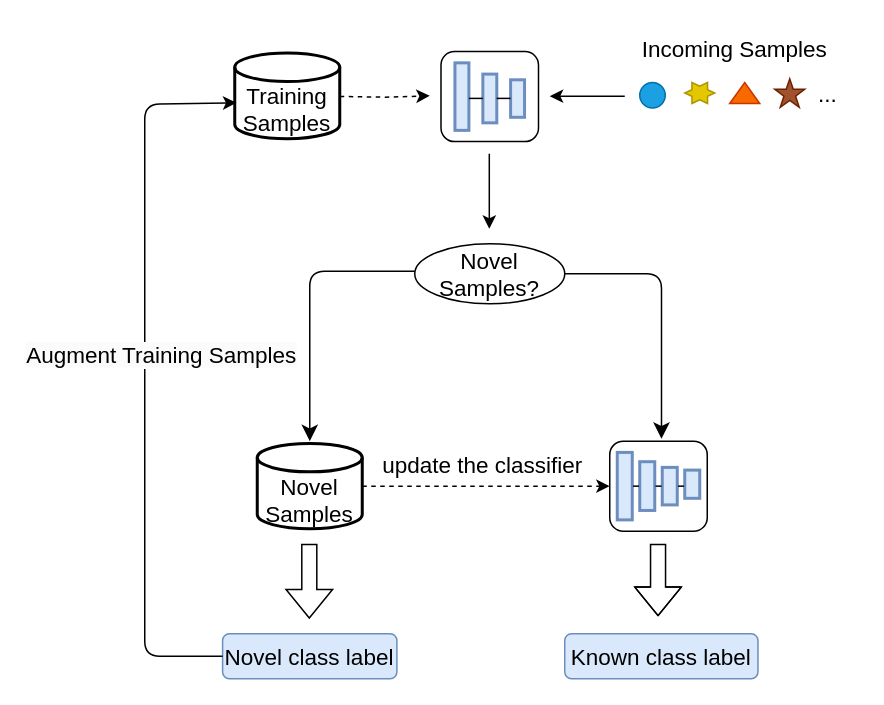
This is 未命名绘图.drawio from dxin66/draw-files, a draw.io file, before an edit. Source tidied: cells renumbered, new cells numbered last; positions are measured from the earlier drawing's top-left corner, leaving out a move shared by most shapes. Both pictures are drawn from the tidied source at 150%, with x=0, y=0 at pixel (144, 26).
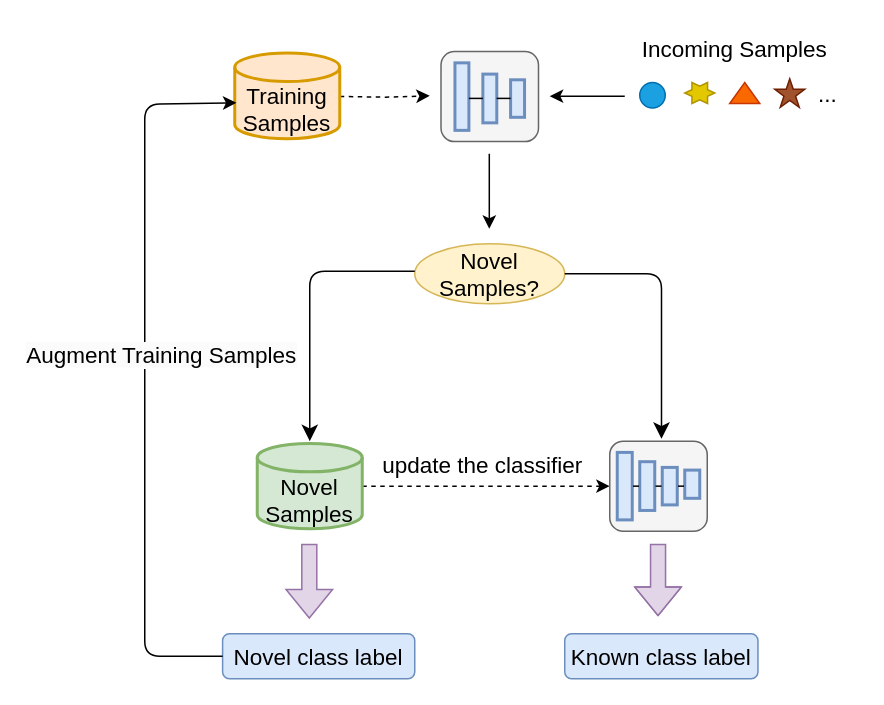
The same page after the edit.

Commit message:
更新未命名绘图.drawio

The change refers to these unchanged cells:
```xml
<mxCell id="2" style="group;rotation=90;fontSize=15;" parent="1" vertex="1">
  <mxGeometry x="197.5" y="16.9" width="65" height="60" as="geometry" />
</mxCell>
```

Diff of the diagram source:
```diff
@@
-    <mxCell id="3" style="rounded=1;whiteSpace=wrap;html=1;fontSize=15;" parent="2" vertex="1">
+    <mxCell id="3" style="rounded=1;whiteSpace=wrap;html=1;fontSize=15;fillColor=#f5f5f5;fontColor=#333333;strokeColor=#666666;" parent="2" vertex="1">
       <mxGeometry width="65" height="60" as="geometry" />
     </mxCell>
@@
-    <mxCell id="9" style="edgeStyle=orthogonalEdgeStyle;rounded=0;orthogonalLoop=1;jettySize=auto;html=1;shape=flexArrow;fontSize=15;" parent="1" edge="1">
+    <mxCell id="9" style="edgeStyle=orthogonalEdgeStyle;rounded=0;orthogonalLoop=1;jettySize=auto;html=1;shape=flexArrow;fontSize=15;fillColor=#e1d5e7;strokeColor=#9673a6;" parent="1" edge="1">
       <mxGeometry relative="1" as="geometry">
         <mxPoint x="109.7" y="345" as="sourcePoint" />
         <mxPoint x="109.7" y="395" as="targetPoint" />
       </mxGeometry>
     </mxCell>
@@
-    <mxCell id="11" value="&lt;div style=&quot;font-size: 15px;&quot;&gt;&lt;br style=&quot;font-size: 15px;&quot;&gt;&lt;/div&gt;Novel Samples" style="strokeWidth=2;html=1;shape=mxgraph.flowchart.database;whiteSpace=wrap;fontSize=15;" parent="1" vertex="1">
+    <mxCell id="11" value="&lt;div style=&quot;font-size: 15px;&quot;&gt;&lt;br style=&quot;font-size: 15px;&quot;&gt;&lt;/div&gt;Novel Samples" style="strokeWidth=2;html=1;shape=mxgraph.flowchart.database;whiteSpace=wrap;fontSize=15;fillColor=#d5e8d4;strokeColor=#82b366;" parent="1" vertex="1">
       <mxGeometry x="75" y="278.1" width="70" height="56.9" as="geometry" />
     </mxCell>
@@
-    <mxCell id="13" value="&lt;div style=&quot;font-size: 15px;&quot;&gt;&lt;br style=&quot;font-size: 15px;&quot;&gt;&lt;/div&gt;Training Samples&lt;div style=&quot;font-size: 15px;&quot;&gt;&lt;/div&gt;&lt;div style=&quot;font-size: 15px;&quot;&gt;&lt;/div&gt;" style="strokeWidth=2;html=1;shape=mxgraph.flowchart.database;whiteSpace=wrap;fontSize=15;" parent="1" vertex="1">
+    <mxCell id="13" value="&lt;div style=&quot;font-size: 15px;&quot;&gt;&lt;br style=&quot;font-size: 15px;&quot;&gt;&lt;/div&gt;Training Samples&lt;div style=&quot;font-size: 15px;&quot;&gt;&lt;/div&gt;&lt;div style=&quot;font-size: 15px;&quot;&gt;&lt;/div&gt;" style="strokeWidth=2;html=1;shape=mxgraph.flowchart.database;whiteSpace=wrap;fontSize=15;fillColor=#ffe6cc;strokeColor=#d79b00;" parent="1" vertex="1">
       <mxGeometry x="60" y="17.8" width="70" height="57.2" as="geometry" />
     </mxCell>
@@
-    <mxCell id="23" value="Novel Samples?" style="ellipse;whiteSpace=wrap;html=1;align=center;newEdgeStyle={&quot;edgeStyle&quot;:&quot;entityRelationEdgeStyle&quot;,&quot;startArrow&quot;:&quot;none&quot;,&quot;endArrow&quot;:&quot;none&quot;,&quot;segment&quot;:10,&quot;curved&quot;:1,&quot;sourcePerimeterSpacing&quot;:0,&quot;targetPerimeterSpacing&quot;:0};fontSize=15;" parent="1" vertex="1">
+    <mxCell id="23" value="Novel Samples?" style="ellipse;whiteSpace=wrap;html=1;align=center;newEdgeStyle={&quot;edgeStyle&quot;:&quot;entityRelationEdgeStyle&quot;,&quot;startArrow&quot;:&quot;none&quot;,&quot;endArrow&quot;:&quot;none&quot;,&quot;segment&quot;:10,&quot;curved&quot;:1,&quot;sourcePerimeterSpacing&quot;:0,&quot;targetPerimeterSpacing&quot;:0};fontSize=15;fillColor=#fff2cc;strokeColor=#d6b656;" parent="1" vertex="1">
       <mxGeometry x="180" y="145" width="100" height="40" as="geometry" />
     </mxCell>
-    <mxCell id="24" style="edgeStyle=orthogonalEdgeStyle;rounded=0;orthogonalLoop=1;jettySize=auto;html=1;shape=flexArrow;fontSize=15;" parent="1" edge="1">
+    <mxCell id="24" style="edgeStyle=orthogonalEdgeStyle;rounded=0;orthogonalLoop=1;jettySize=auto;html=1;shape=flexArrow;fontSize=15;fillColor=#e1d5e7;strokeColor=#9673a6;" parent="1" edge="1">
       <mxGeometry relative="1" as="geometry">
         <mxPoint x="342.2" y="345" as="sourcePoint" />
         <mxPoint x="342.2" y="393.4" as="targetPoint" />
         <Array as="points">
           <mxPoint x="342.7" y="369.4" />
           <mxPoint x="342.7" y="369.4" />
         </Array>
       </mxGeometry>
     </mxCell>
-    <mxCell id="25" style="rounded=1;whiteSpace=wrap;html=1;fontSize=15;" parent="1" vertex="1">
+    <mxCell id="25" style="rounded=1;whiteSpace=wrap;html=1;fontSize=15;fillColor=#f5f5f5;fontColor=#333333;strokeColor=#666666;" parent="1" vertex="1">
       <mxGeometry x="310" y="276.6" width="65" height="60" as="geometry" />
     </mxCell>
@@
     <mxCell id="33" value="Novel class label" style="rounded=1;whiteSpace=wrap;html=1;fillColor=#dae8fc;strokeColor=#6c8ebf;fontSize=15;" parent="1" vertex="1">
-      <mxGeometry x="51.9" y="405" width="116.2" height="30" as="geometry" />
+      <mxGeometry x="51.9" y="405" width="128.1" height="30" as="geometry" />
     </mxCell>
```
